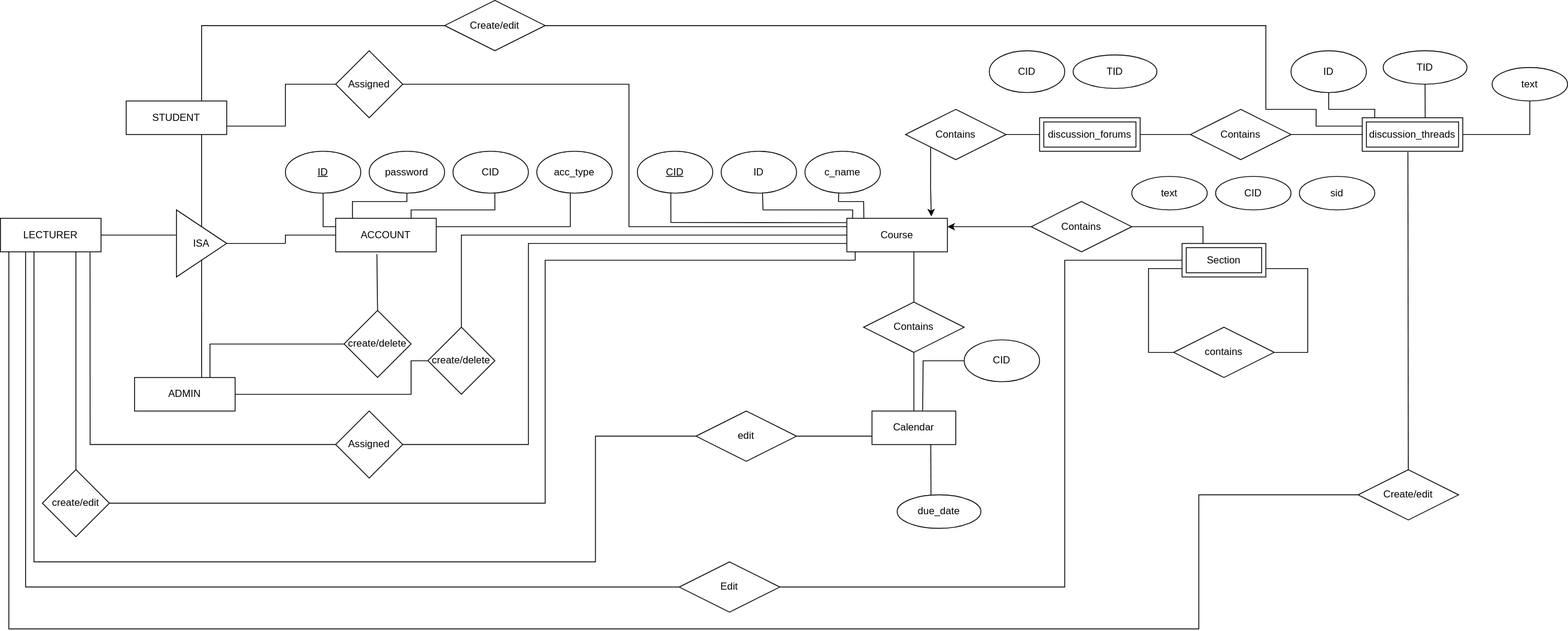
Before: ERD_Group_project.svg, a diagram exported from draw.io (willoking32/Comp_3161-Group_Project). Source tidied: cells renumbered, new cells last; positions are measured from the earlier drawing's top-left corner, leaving out a move shared by most shapes.
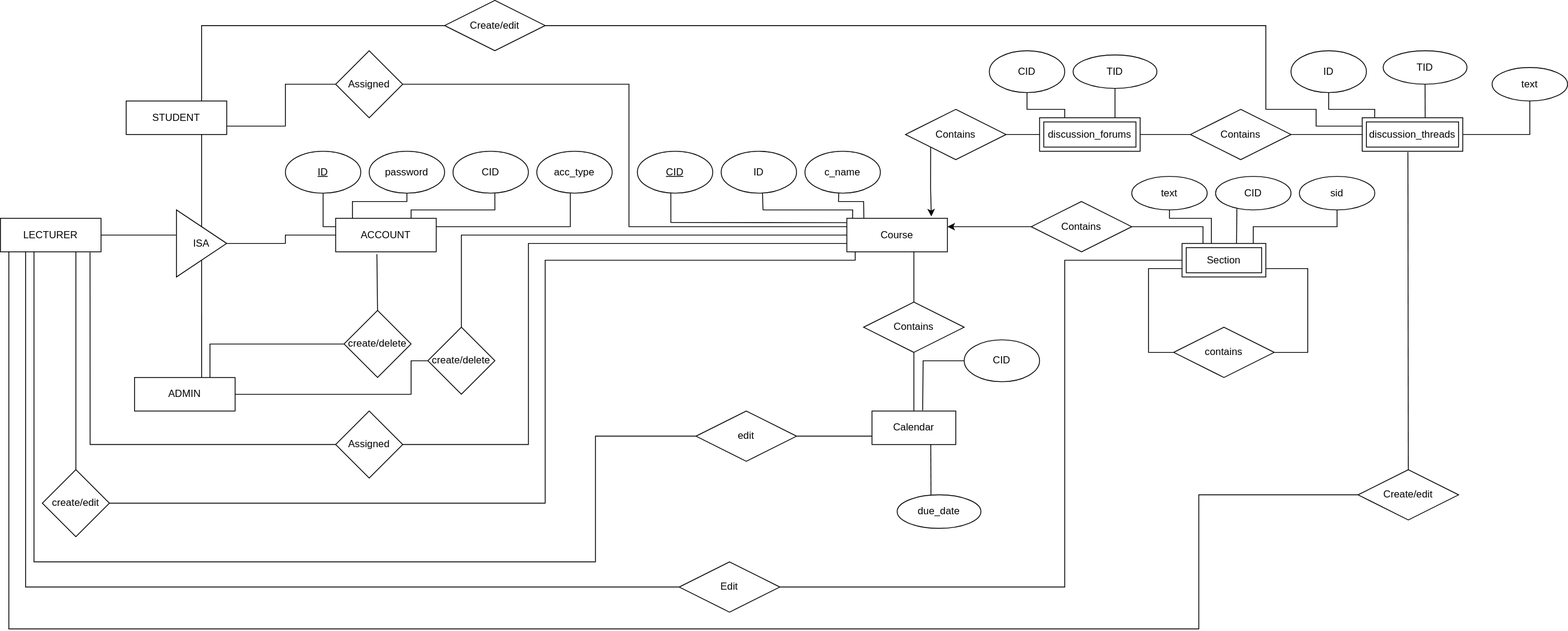
The same diagram one commit later.

The edit, as a diff of the source:
```diff
@@ -403,5 +403,36 @@
     <mxCell id="87" style="endArrow=none;html=1;rounded=0;exitX=0.5;exitY=0;exitDx=0;exitDy=0;entryX=0.454;entryY=1.023;entryDx=0;entryDy=0;entryPerimeter=0;" parent="1" edge="1" source="85" target="43">
       <mxGeometry relative="1" as="geometry" />
     </mxCell>
+    <mxCell id="88" style="endArrow=none;html=1;rounded=0;entryX=0.5;entryY=1;entryDx=0;entryDy=0;exitX=0.35;exitY=0;exitDx=0;exitDy=0;exitPerimeter=0;" parent="1" edge="1" source="42" target="68">
+      <mxGeometry relative="1" as="geometry">
+        <Array as="points">
+          <mxPoint x="1445" y="260" />
+          <mxPoint x="1395" y="260" />
+        </Array>
+      </mxGeometry>
+    </mxCell>
+    <mxCell id="89" style="endArrow=none;html=1;rounded=0;entryX=0.282;entryY=0.96;entryDx=0;entryDy=0;entryPerimeter=0;exitX=0.65;exitY=0.003;exitDx=0;exitDy=0;exitPerimeter=0;" parent="1" edge="1" source="42" target="65">
+      <mxGeometry relative="1" as="geometry" />
+    </mxCell>
+    <mxCell id="90" style="endArrow=none;html=1;rounded=0;entryX=0.5;entryY=1;entryDx=0;entryDy=0;exitX=0.85;exitY=0;exitDx=0;exitDy=0;exitPerimeter=0;" parent="1" edge="1" source="42" target="69">
+      <mxGeometry relative="1" as="geometry">
+        <Array as="points">
+          <mxPoint x="1495" y="270" />
+          <mxPoint x="1595" y="270" />
+        </Array>
+      </mxGeometry>
+    </mxCell>
+    <mxCell id="91" style="endArrow=none;html=1;rounded=0;exitX=0.25;exitY=0;exitDx=0;exitDy=0;" parent="1" edge="1" source="44">
+      <mxGeometry relative="1" as="geometry">
+        <mxPoint x="1225" y="110" as="targetPoint" />
+        <Array as="points">
+          <mxPoint x="1270" y="130" />
+          <mxPoint x="1225" y="130" />
+        </Array>
+      </mxGeometry>
+    </mxCell>
+    <mxCell id="92" style="endArrow=none;html=1;rounded=0;entryX=0.5;entryY=1;entryDx=0;entryDy=0;exitX=0.75;exitY=0;exitDx=0;exitDy=0;" parent="1" edge="1" source="44" target="76">
+      <mxGeometry relative="1" as="geometry" />
+    </mxCell>
   </root>
 </mxGraphModel>
```
